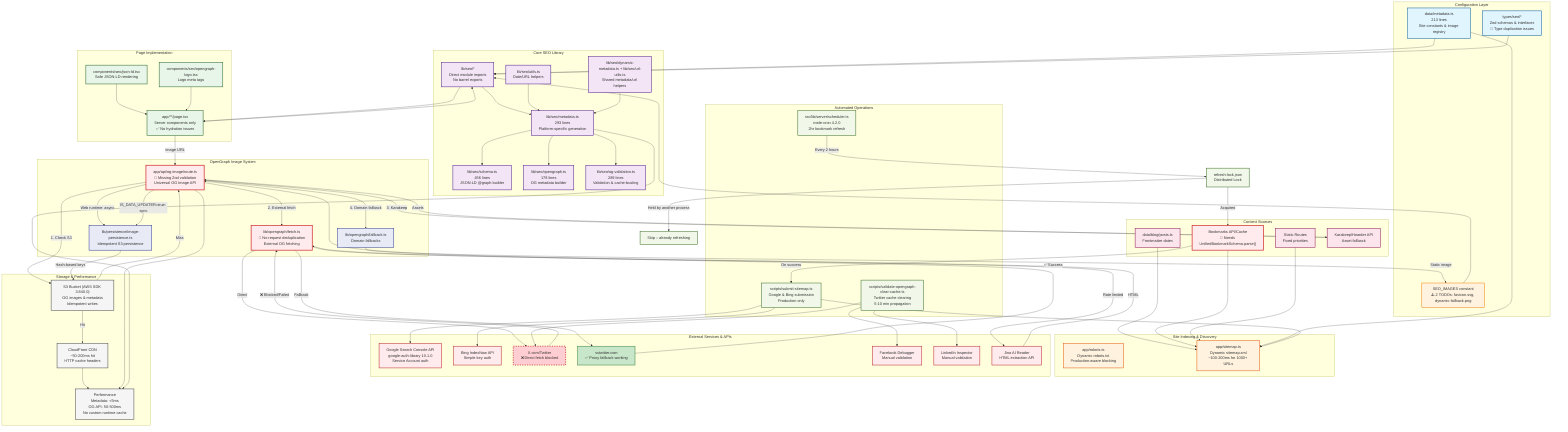
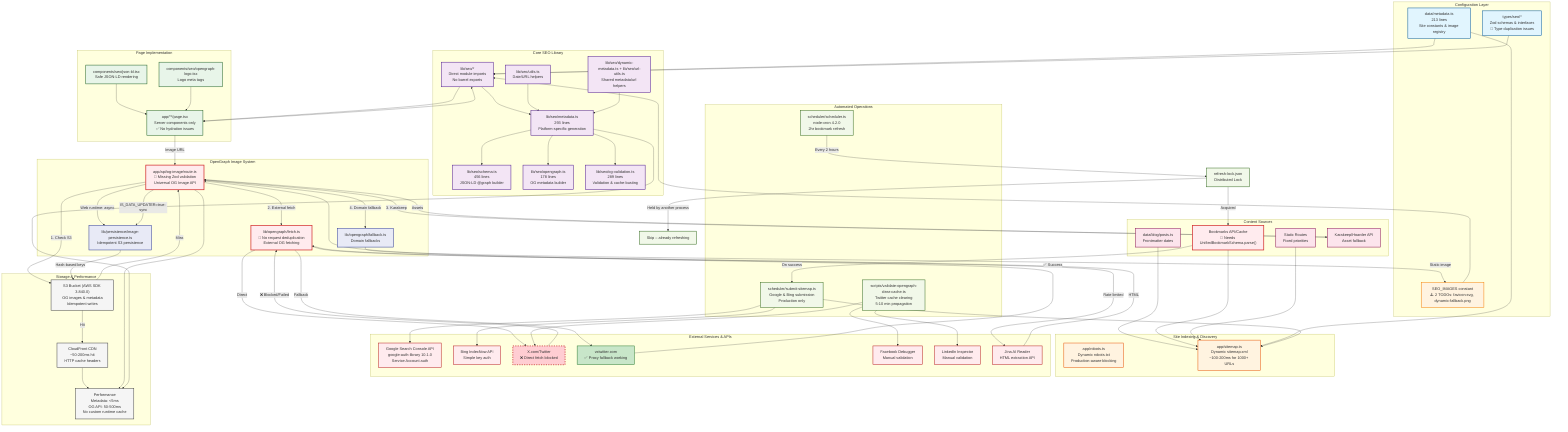
graph TB
    %% SEO Architecture with Complete Data Flow

    subgraph "Configuration Layer"
        METADATA["data/metadata.ts<br/>213 lines<br/>Site constants & image registry"]
        SEO_IMAGES["SEO_IMAGES constant<br/>⚠️ 2 TODOs: favicon.svg, dynamic-fallback.png"]
        TYPES["types/seo/*<br/>Zod schemas & interfaces<br/>🐛 Type duplication issues"]
    end

    subgraph "Core SEO Library"
        INDEX["lib/seo/*<br/>Direct module imports<br/>No barrel exports"]
        META["lib/seo/metadata.ts<br/>293 lines<br/>Platform-specific generation"]
        SCHEMA["lib/seo/schema.ts<br/>456 lines<br/>JSON-LD @graph builder"]
        OG["lib/seo/opengraph.ts<br/>178 lines<br/>OG metadata builder"]
        OGVAL["lib/seo/og-validation.ts<br/>289 lines<br/>Validation & cache-busting"]
        UTILS["lib/seo/utils.ts<br/>Date/URL helpers"]
        CONST["lib/seo/dynamic-metadata.ts + lib/seo/url-utils.ts<br/>Shared metadata/url helpers"]
    end

    subgraph "OpenGraph Image System"
        OGAPI["app/api/og-image/route.ts<br/>🐛 Missing Zod validation<br/>Universal OG Image API"]
        OGFETCH["lib/opengraph/fetch.ts<br/>🐛 No request deduplication<br/>External OG fetching"]
        OGPERSIST["lib/persistence/image-persistence.ts<br/>Idempotent S3 persistence"]
        OGFALLBACK["lib/opengraph/fallback.ts<br/>Domain fallbacks"]
    end

    subgraph "Page Implementation"
        PAGES["app/**/page.tsx<br/>Server components only<br/>✅ No hydration issues"]
        JSONLD["components/seo/json-ld.tsx<br/>Safe JSON-LD rendering"]
        OGLOGO["components/seo/opengraph-logo.tsx<br/>Logo meta tags"]
    end

    subgraph "Site Indexing & Discovery"
        ROBOTS["app/robots.ts<br/>Dynamic robots.txt<br/>Production-aware blocking"]
        SITEMAP["app/sitemap.ts<br/>Dynamic sitemap.xml<br/>~100-200ms for 1000+ URLs"]
    end

    subgraph "Content Sources"
        BLOG["data/blog/posts.ts<br/>Frontmatter dates"]
        BOOKMARKS["Bookmarks API/Cache<br/>🐛 Needs UnifiedBookmarkSchema.parse()"]
        STATIC["Static Routes<br/>Fixed priorities"]
        KARAKEEP["Karakeep/Hoarder API<br/>Asset fallback"]
    end

    subgraph "Automated Operations"
-         SCHEDULER["src/lib/server/scheduler.ts<br/>node-cron 4.2.0<br/>2hr bookmark refresh"]
-         SUBMIT["scripts/submit-sitemap.ts<br/>Google & Bing submission<br/>Production only"]
+         SCHEDULER["scheduler/scheduler.ts<br/>node-cron 4.2.0<br/>2hr bookmark refresh"]
+         SUBMIT["scheduler/submit-sitemap.ts<br/>Google & Bing submission<br/>Production only"]
        VALCACHE["scripts/validate-opengraph-clear-cache.ts<br/>Twitter cache clearing<br/>5-10 min propagation"]
    end

    subgraph "External Services & APIs"
        GOOGLE["Google Search Console API<br/>google-auth-library 10.1.0<br/>Service Account auth"]
        BING["Bing IndexNow API<br/>Simple key auth"]
        TWITTER["X.com/Twitter<br/>❌ Direct fetch blocked"]
        VXTWITTER["vxtwitter.com<br/>✅ Proxy fallback working"]
        FB["Facebook Debugger<br/>Manual validation"]
        LINKEDIN["LinkedIn Inspector<br/>Manual validation"]
        JINA["Jina AI Reader<br/>HTML extraction API"]
    end

    subgraph "Storage & Performance"
        S3["S3 Bucket (AWS SDK 3.840.0)<br/>OG images & metadata<br/>Idempotent writes"]
        CDN["CloudFront CDN<br/>~50-200ms hit<br/>HTTP cache headers"]
        PERF["Performance<br/>Metadata: <5ms<br/>OG API: 50-500ms<br/>No custom runtime cache"]
    end

    %% Data Flow - Metadata Generation
    METADATA --> INDEX
    SEO_IMAGES --> INDEX
    TYPES --> INDEX
    INDEX --> META
    META --> SCHEMA
    META --> OG
    META --> OGVAL
    UTILS --> META
    CONST --> META
    PAGES --> INDEX
    INDEX --> PAGES
    JSONLD --> PAGES
    OGLOGO --> PAGES

    %% OpenGraph Image Flow with Fallbacks
    PAGES -->|Image URL| OGAPI
    OGAPI -->|1. Check S3| S3
    S3 -->|Hit| CDN
    S3 -->|Miss| OGAPI
    OGAPI -->|2. External fetch| OGFETCH
    OGFETCH -->|Direct| TWITTER
    TWITTER -->|❌ Blocked/Failed| OGFETCH
    OGFETCH -->|Fallback| VXTWITTER
    VXTWITTER -->|✅ Success| OGAPI
    OGAPI -->|3. Karakeep| KARAKEEP
    KARAKEEP -->|Assets| OGAPI
    OGAPI -->|4. Domain fallback| OGFALLBACK
    OGFALLBACK -->|Static image| SEO_IMAGES

    %% Persistence Flow with Environment Awareness
    OGAPI -->|Web runtime: async| OGPERSIST
    OGAPI -->|IS_DATA_UPDATER=true: sync| OGPERSIST
    OGPERSIST -->|Hash-based keys| S3
    OGFETCH -->|Rate limited| JINA
    JINA -->|HTML| OGFETCH

    %% Cache Clearing Flow
    VALCACHE --> FB
    VALCACHE --> TWITTER
    VALCACHE --> LINKEDIN

    %% Data Flow - Sitemap Generation
    BLOG --> SITEMAP
    BOOKMARKS --> SITEMAP
    STATIC --> SITEMAP
    METADATA --> SITEMAP

    %% Data Flow - Submission
    SCHEDULER -->|Every 2 hours| LOCK[refresh-lock.json<br/>Distributed Lock]
    LOCK -->|Acquired| BOOKMARKS
    LOCK -->|Held by another process| WAIT[Skip – already refreshing]
    BOOKMARKS -->|On success| SUBMIT
    SUBMIT --> SITEMAP
    SUBMIT --> GOOGLE
    SUBMIT --> BING

    %% Connect performance metrics
    CDN --> PERF
    OGAPI --> PERF
    META --> PERF

    %% Styling with issue indicators
    classDef config fill:#e1f5fe,stroke:#01579b,stroke-width:2px
    classDef lib fill:#f3e5f5,stroke:#4a148c,stroke-width:2px
    classDef page fill:#e8f5e9,stroke:#1b5e20,stroke-width:2px
    classDef index fill:#fff3e0,stroke:#e65100,stroke-width:2px
    classDef data fill:#fce4ec,stroke:#880e4f,stroke-width:2px
    classDef auto fill:#f1f8e9,stroke:#33691e,stroke-width:2px
    classDef external fill:#ffebee,stroke:#b71c1c,stroke-width:2px
    classDef api fill:#e8eaf6,stroke:#283593,stroke-width:2px
    classDef storage fill:#f5f5f5,stroke:#424242,stroke-width:2px
    classDef unreliable fill:#ffcdd2,stroke:#c62828,stroke-width:3px,stroke-dasharray: 5 5
    classDef reliable fill:#c8e6c9,stroke:#2e7d32,stroke-width:2px
    classDef issue fill:#ffebee,stroke:#d32f2f,stroke-width:3px
    classDef warning fill:#fff3e0,stroke:#f57c00,stroke-width:2px

    class METADATA,TYPES config
    class SEO_IMAGES warning
    class INDEX,META,SCHEMA,OG,OGVAL,UTILS,CONST lib
    class OGAPI,OGFETCH issue
    class OGPERSIST,OGFALLBACK api
    class PAGES,JSONLD,OGLOGO page
    class ROBOTS,SITEMAP index
    class BLOG,STATIC,KARAKEEP data
    class BOOKMARKS issue
    class SCHEDULER,SUBMIT,VALCACHE auto
    class GOOGLE,BING,FB,LINKEDIN,JINA external
    class TWITTER unreliable
    class VXTWITTER reliable
    class S3,CDN,PERF storage
    class LOCK,WAIT auto
